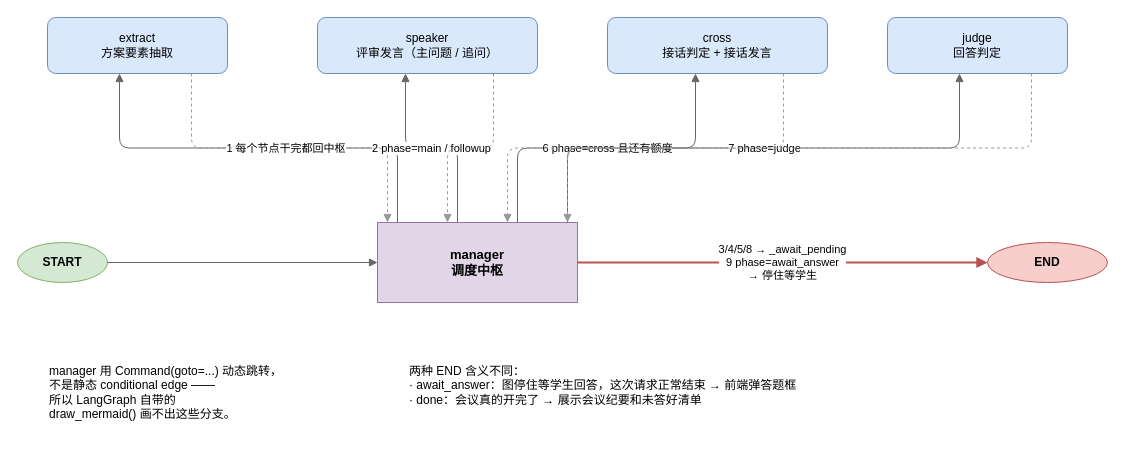
The draw.io diagram page "1. 节点拓扑" (1 of 4) of docs/评审团流程图.drawio in xxf-wota/ai-review-board, before the edit. Source tidied: cells renumbered, new cells numbered last; positions are measured from the earlier drawing's top-left corner, leaving out a move shared by most shapes. Both pictures are drawn from the tidied source at 100%, with x=0, y=0 at pixel (17, 17).
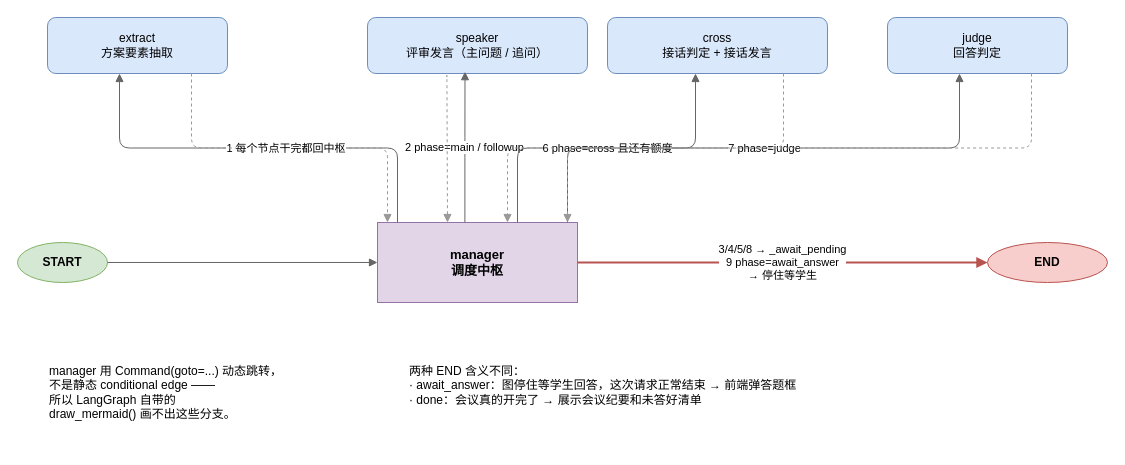
The same page after the edit.

Unchanged cells that the change refers to:
```xml
<mxCell id="3" value="manager&#10;调度中枢" style="hexagon;whiteSpace=wrap;html=1;fillColor=#e1d5e7;strokeColor=#9673a6;fontStyle=1;fontSize=13;" parent="1" vertex="1">
  <mxGeometry x="360" y="205" width="200" height="80" as="geometry" />
</mxCell>
```

Change to the diagram source:
```diff
@@
     <mxCell id="5" value="speaker&#10;评审发言（主问题 / 追问）" style="rounded=1;whiteSpace=wrap;html=1;fillColor=#dae8fc;strokeColor=#6c8ebf;" parent="1" vertex="1">
-      <mxGeometry x="300" width="220" height="56" as="geometry" />
+      <mxGeometry x="350" width="220" height="56" as="geometry" />
     </mxCell>
@@
-    <mxCell id="12" value="2 phase=main / followup" style="edgeStyle=orthogonalEdgeStyle;rounded=1;html=1;endArrow=block;endFill=1;strokeColor=#666666;exitX=0.4;exitY=0;exitDx=0;exitDy=0;entryX=0.4;entryY=1;entryDx=0;entryDy=0;" parent="1" edge="1" source="3" target="5">
-      <mxGeometry relative="1" as="geometry" />
+    <mxCell id="12" value="2 phase=main / followup" style="edgeStyle=orthogonalEdgeStyle;rounded=1;html=1;endArrow=block;endFill=1;strokeColor=#666666;exitX=0.437;exitY=-0.009;exitDx=0;exitDy=0;entryX=0.443;entryY=0.956;entryDx=0;entryDy=0;entryPerimeter=0;exitPerimeter=0;" parent="1" edge="1">
+      <mxGeometry relative="1" as="geometry">
+        <mxPoint x="447.4" y="205" as="sourcePoint" />
+        <mxPoint x="447.5" y="54.2" as="targetPoint" />
+        <Array as="points">
+          <mxPoint x="447.5" y="130" />
+          <mxPoint x="447.5" y="130" />
+        </Array>
+      </mxGeometry>
     </mxCell>
@@
-    <mxCell id="16" style="edgeStyle=orthogonalEdgeStyle;rounded=1;html=1;endArrow=block;endFill=1;strokeColor=#999999;dashed=1;exitX=0.8;exitY=1;exitDx=0;exitDy=0;entryX=0.35;entryY=0;entryDx=0;entryDy=0;" parent="1" edge="1" source="5" target="3">
-      <mxGeometry relative="1" as="geometry" />
+    <mxCell id="16" style="edgeStyle=orthogonalEdgeStyle;rounded=1;html=1;endArrow=block;endFill=1;strokeColor=#999999;dashed=1;exitX=0.361;exitY=1.068;exitDx=0;exitDy=0;entryX=0.35;entryY=0;entryDx=0;entryDy=0;exitPerimeter=0;" parent="1" edge="1" source="5" target="3">
+      <mxGeometry relative="1" as="geometry">
+        <Array as="points">
+          <mxPoint x="429.4" y="56.1" />
+        </Array>
+      </mxGeometry>
     </mxCell>
```
